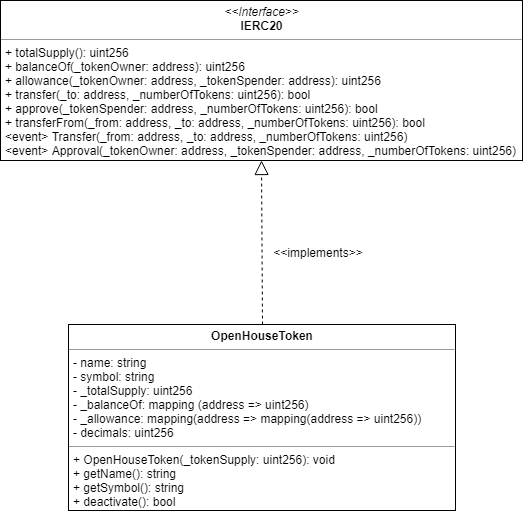
This is uml/OpenHouseToken/OpenHouseToken.png from gkamtzir/Ethereum-ICO-Diploma-Thesis, a draw.io export, as it was before one commit. Source tidied: cells renumbered, new cells last; positions are measured from the earlier drawing's top-left corner, leaving out a move shared by most shapes.
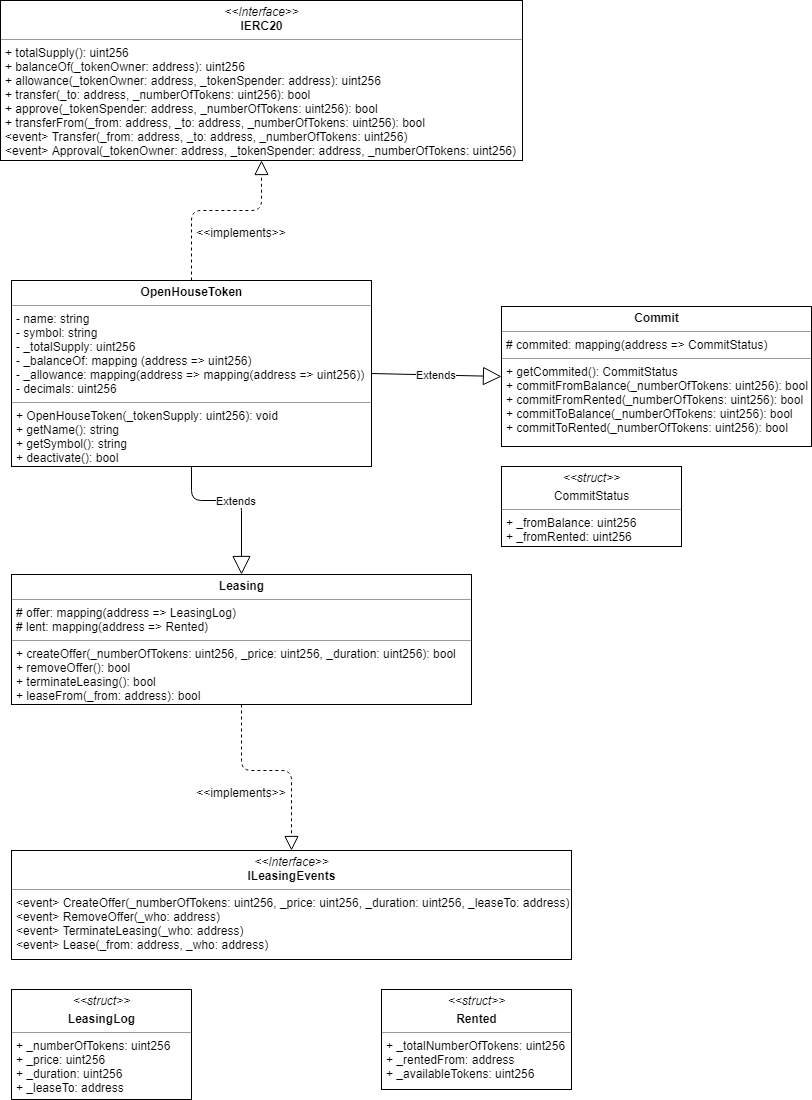
Later version of the same file.

Commit message:
Added Leasing and Commit classes to OpenHouseToken class diagram.

What changed in the source:
```diff
@@ -3,16 +3,61 @@
     <mxCell id="0" />
     <mxCell id="1" parent="0" />
     <mxCell id="2" value="&lt;p style=&quot;margin: 0px ; margin-top: 4px ; text-align: center&quot;&gt;&lt;b&gt;OpenHouseToken&lt;/b&gt;&lt;/p&gt;&lt;hr size=&quot;1&quot;&gt;&lt;p style=&quot;margin: 0px ; margin-left: 4px&quot;&gt;- name: string&lt;/p&gt;&lt;p style=&quot;margin: 0px ; margin-left: 4px&quot;&gt;- symbol: string&lt;/p&gt;&lt;p style=&quot;margin: 0px ; margin-left: 4px&quot;&gt;- _totalSupply: uint256&lt;/p&gt;&lt;p style=&quot;margin: 0px ; margin-left: 4px&quot;&gt;- _balanceOf: mapping (address =&amp;gt; uint256)&lt;/p&gt;&lt;p style=&quot;margin: 0px ; margin-left: 4px&quot;&gt;- _allowance: mapping(address =&amp;gt; mapping(address =&amp;gt; uint256))&lt;/p&gt;&lt;p style=&quot;margin: 0px ; margin-left: 4px&quot;&gt;- decimals: uint256&lt;/p&gt;&lt;hr size=&quot;1&quot;&gt;&lt;p style=&quot;margin: 0px ; margin-left: 4px&quot;&gt;+ OpenHouseToken(_tokenSupply: uint256): void&lt;/p&gt;&lt;p style=&quot;margin: 0px ; margin-left: 4px&quot;&gt;+ getName(): string&lt;/p&gt;&lt;p style=&quot;margin: 0px ; margin-left: 4px&quot;&gt;+ getSymbol(): string&lt;/p&gt;&lt;p style=&quot;margin: 0px ; margin-left: 4px&quot;&gt;+ deactivate(): bool&lt;/p&gt;" style="verticalAlign=top;align=left;overflow=fill;fontSize=12;fontFamily=Helvetica;html=1;" parent="1" vertex="1">
-      <mxGeometry x="68" y="324" width="387" height="186" as="geometry" />
+      <mxGeometry x="-132" y="240" width="360" height="186" as="geometry" />
     </mxCell>
     <mxCell id="3" value="&lt;p style=&quot;margin: 0px ; margin-top: 4px ; text-align: center&quot;&gt;&lt;i&gt;&amp;lt;&amp;lt;Interface&amp;gt;&amp;gt;&lt;/i&gt;&lt;br&gt;&lt;b&gt;IERC20&lt;/b&gt;&lt;/p&gt;&lt;hr size=&quot;1&quot;&gt;&lt;p style=&quot;margin: 0px ; margin-left: 4px&quot;&gt;+ totalSupply(): uint256&lt;br&gt;+ balanceOf(_tokenOwner: address): uint256&lt;/p&gt;&lt;p style=&quot;margin: 0px ; margin-left: 4px&quot;&gt;+ allowance(_tokenOwner: address, _tokenSpender: address): uint256&lt;/p&gt;&lt;p style=&quot;margin: 0px ; margin-left: 4px&quot;&gt;+ transfer(_to: address, _numberOfTokens: uint256): bool&lt;/p&gt;&lt;p style=&quot;margin: 0px ; margin-left: 4px&quot;&gt;+ approve(_tokenSpender: address, _numberOfTokens: uint256): bool&lt;/p&gt;&lt;p style=&quot;margin: 0px ; margin-left: 4px&quot;&gt;+ transferFrom(_from: address, _to: address, _numberOfTokens: uint256): bool&lt;/p&gt;&lt;p style=&quot;margin: 0px ; margin-left: 4px&quot;&gt;&amp;lt;event&amp;gt; Transfer(_from: address, _to: address, _numberOfTokens: uint256)&lt;/p&gt;&lt;p style=&quot;margin: 0px ; margin-left: 4px&quot;&gt;&amp;lt;event&amp;gt; Approval(_tokenOwner: address, _tokenSpender: address, _numberOfTokens: uint256)&lt;/p&gt;" style="verticalAlign=top;align=left;overflow=fill;fontSize=12;fontFamily=Helvetica;html=1;" parent="1" vertex="1">
-      <mxGeometry width="522" height="160" as="geometry" />
+      <mxGeometry x="-143" y="-40" width="522" height="160" as="geometry" />
     </mxCell>
     <mxCell id="4" style="endArrow=block;dashed=1;endFill=0;endSize=12;html=1;exitX=0.5;exitY=0;exitDx=0;exitDy=0;entryX=0.5;entryY=1;entryDx=0;entryDy=0;" parent="1" edge="1" source="2" target="3">
-      <mxGeometry relative="1" as="geometry" />
+      <mxGeometry relative="1" as="geometry">
+        <Array as="points">
+          <mxPoint x="48" y="170" />
+          <mxPoint x="118" y="170" />
+        </Array>
+      </mxGeometry>
     </mxCell>
     <mxCell id="5" value="&lt;&lt;implements&gt;&gt;" style="text;align=center;fontStyle=0;verticalAlign=middle;spacingLeft=3;spacingRight=3;strokeColor=none;" parent="1" vertex="1">
-      <mxGeometry x="278" y="240" width="80" height="26" as="geometry" />
+      <mxGeometry x="58" y="180" width="80" height="26" as="geometry" />
     </mxCell>
+    <mxCell id="6" value="&lt;p style=&quot;margin: 0px ; margin-top: 4px ; text-align: center&quot;&gt;&lt;b&gt;Leasing&lt;/b&gt;&lt;/p&gt;&lt;hr size=&quot;1&quot;&gt;&lt;p style=&quot;margin: 0px ; margin-left: 4px&quot;&gt;# offer: mapping(address =&amp;gt; LeasingLog)&lt;/p&gt;&lt;p style=&quot;margin: 0px ; margin-left: 4px&quot;&gt;# lent: mapping(address =&amp;gt; Rented)&lt;/p&gt;&lt;hr size=&quot;1&quot;&gt;&lt;p style=&quot;margin: 0px ; margin-left: 4px&quot;&gt;+ createOffer(_numberOfTokens: uint256, _price: uint256, _duration: uint256): bool&lt;/p&gt;&lt;p style=&quot;margin: 0px ; margin-left: 4px&quot;&gt;+ removeOffer(): bool&lt;/p&gt;&lt;p style=&quot;margin: 0px ; margin-left: 4px&quot;&gt;+ terminateLeasing(): bool&lt;/p&gt;&lt;p style=&quot;margin: 0px ; margin-left: 4px&quot;&gt;+ leaseFrom(_from: address): bool&lt;/p&gt;" style="verticalAlign=top;align=left;overflow=fill;fontSize=12;fontFamily=Helvetica;html=1;" parent="1" vertex="1">
+      <mxGeometry x="-132" y="534" width="460" height="130" as="geometry" />
+    </mxCell>
+    <mxCell id="7" value="&lt;p style=&quot;margin: 0px ; margin-top: 4px ; text-align: center&quot;&gt;&lt;i&gt;&amp;lt;&amp;lt;struct&amp;gt;&amp;gt;&lt;/i&gt;&lt;br&gt;&lt;/p&gt;&lt;p style=&quot;margin: 0px ; margin-top: 4px ; text-align: center&quot;&gt;&lt;b&gt;LeasingLog&lt;/b&gt;&lt;/p&gt;&lt;hr size=&quot;1&quot;&gt;&lt;p style=&quot;margin: 0px ; margin-left: 4px&quot;&gt;+ _numberOfTokens: uint256&lt;/p&gt;&lt;p style=&quot;margin: 0px ; margin-left: 4px&quot;&gt;+ _price: uint256&lt;/p&gt;&lt;p style=&quot;margin: 0px ; margin-left: 4px&quot;&gt;+ _duration: uint256&lt;/p&gt;&lt;p style=&quot;margin: 0px ; margin-left: 4px&quot;&gt;+ _leaseTo: address&lt;/p&gt;&lt;p style=&quot;margin: 0px ; margin-left: 4px&quot;&gt;&lt;br&gt;&lt;/p&gt;" style="verticalAlign=top;align=left;overflow=fill;fontSize=12;fontFamily=Helvetica;html=1;" parent="1" vertex="1">
+      <mxGeometry x="-132" y="949" width="180" height="110" as="geometry" />
+    </mxCell>
+    <mxCell id="8" value="Extends" style="endArrow=block;endSize=16;endFill=0;html=1;exitX=0.5;exitY=1;exitDx=0;exitDy=0;entryX=0.5;entryY=0;entryDx=0;entryDy=0;" parent="1" edge="1" source="2" target="6">
+      <mxGeometry relative="1" as="geometry">
+        <Array as="points">
+          <mxPoint x="48" y="460" />
+          <mxPoint x="98" y="460" />
+        </Array>
+      </mxGeometry>
+    </mxCell>
+    <mxCell id="9" value="&lt;p style=&quot;margin: 0px ; margin-top: 4px ; text-align: center&quot;&gt;&lt;i&gt;&amp;lt;&amp;lt;Interface&amp;gt;&amp;gt;&lt;/i&gt;&lt;br&gt;&lt;b&gt;ILeasingEvents&lt;/b&gt;&lt;/p&gt;&lt;hr size=&quot;1&quot;&gt;&lt;p style=&quot;margin: 0px ; margin-left: 4px&quot;&gt;&amp;lt;event&amp;gt; CreateOffer(_numberOfTokens: uint256, _price: uint256, _duration: uint256, _leaseTo: address)&lt;br&gt;&amp;lt;event&amp;gt; RemoveOffer(_who: address)&lt;/p&gt;&lt;p style=&quot;margin: 0px ; margin-left: 4px&quot;&gt;&amp;lt;event&amp;gt; TerminateLeasing(_who: address)&lt;/p&gt;&lt;p style=&quot;margin: 0px ; margin-left: 4px&quot;&gt;&amp;lt;event&amp;gt; Lease(_from: address, _who: address)&lt;/p&gt;" style="verticalAlign=top;align=left;overflow=fill;fontSize=12;fontFamily=Helvetica;html=1;" parent="1" vertex="1">
+      <mxGeometry x="-132" y="810" width="560" height="109" as="geometry" />
+    </mxCell>
+    <mxCell id="10" style="endArrow=block;dashed=1;endFill=0;endSize=12;html=1;exitX=0.5;exitY=1;exitDx=0;exitDy=0;entryX=0.5;entryY=0;entryDx=0;entryDy=0;" parent="1" edge="1" source="6" target="9">
+      <mxGeometry relative="1" as="geometry">
+        <Array as="points">
+          <mxPoint x="98" y="730" />
+          <mxPoint x="148" y="730" />
+        </Array>
+      </mxGeometry>
+    </mxCell>
+    <mxCell id="11" value="&lt;p style=&quot;margin: 0px ; margin-top: 4px ; text-align: center&quot;&gt;&lt;b&gt;Commit&lt;/b&gt;&lt;/p&gt;&lt;hr size=&quot;1&quot;&gt;&lt;p style=&quot;margin: 0px ; margin-left: 4px&quot;&gt;# commited: mapping(address =&amp;gt; CommitStatus)&lt;/p&gt;&lt;hr size=&quot;1&quot;&gt;&lt;p style=&quot;margin: 0px ; margin-left: 4px&quot;&gt;+ getCommited(): CommitStatus&lt;br&gt;&lt;/p&gt;&lt;p style=&quot;margin: 0px ; margin-left: 4px&quot;&gt;+ commitFromBalance(_numberOfTokens: uint256): bool&lt;/p&gt;&lt;p style=&quot;margin: 0px ; margin-left: 4px&quot;&gt;+ commitFromRented(_numberOfTokens: uint256): bool&lt;/p&gt;&lt;p style=&quot;margin: 0px ; margin-left: 4px&quot;&gt;+ commitToBalance(_numberOfTokens: uint256): bool&lt;/p&gt;&lt;p style=&quot;margin: 0px ; margin-left: 4px&quot;&gt;+ commitToRented(_numberOfTokens: uint256): bool&lt;/p&gt;" style="verticalAlign=top;align=left;overflow=fill;fontSize=12;fontFamily=Helvetica;html=1;" parent="1" vertex="1">
+      <mxGeometry x="358" y="266" width="310" height="140" as="geometry" />
+    </mxCell>
+    <mxCell id="12" value="&lt;p style=&quot;margin: 0px ; margin-top: 4px ; text-align: center&quot;&gt;&lt;i&gt;&amp;lt;&amp;lt;struct&amp;gt;&amp;gt;&lt;/i&gt;&lt;br&gt;&lt;/p&gt;&lt;p style=&quot;margin: 0px ; margin-top: 4px ; text-align: center&quot;&gt;&lt;span&gt;CommitStatus&lt;/span&gt;&lt;br&gt;&lt;/p&gt;&lt;hr size=&quot;1&quot;&gt;&lt;p style=&quot;margin: 0px ; margin-left: 4px&quot;&gt;+ _fromBalance: uint256&lt;/p&gt;&lt;p style=&quot;margin: 0px ; margin-left: 4px&quot;&gt;+ _fromRented: uint256&lt;/p&gt;&lt;p style=&quot;margin: 0px ; margin-left: 4px&quot;&gt;&lt;br&gt;&lt;/p&gt;" style="verticalAlign=top;align=left;overflow=fill;fontSize=12;fontFamily=Helvetica;html=1;" parent="1" vertex="1">
+      <mxGeometry x="358" y="426" width="180" height="80" as="geometry" />
+    </mxCell>
+    <mxCell id="13" value="&lt;p style=&quot;margin: 0px ; margin-top: 4px ; text-align: center&quot;&gt;&lt;i&gt;&amp;lt;&amp;lt;struct&amp;gt;&amp;gt;&lt;/i&gt;&lt;br&gt;&lt;/p&gt;&lt;p style=&quot;margin: 0px ; margin-top: 4px ; text-align: center&quot;&gt;&lt;b&gt;Rented&lt;/b&gt;&lt;/p&gt;&lt;hr size=&quot;1&quot;&gt;&lt;p style=&quot;margin: 0px ; margin-left: 4px&quot;&gt;+ _totalNumberOfTokens: uint256&lt;/p&gt;&lt;p style=&quot;margin: 0px ; margin-left: 4px&quot;&gt;+ _rentedFrom: address&lt;/p&gt;&lt;p style=&quot;margin: 0px ; margin-left: 4px&quot;&gt;+ _availableTokens: uint256&lt;/p&gt;&lt;p style=&quot;margin: 0px ; margin-left: 4px&quot;&gt;&lt;br&gt;&lt;/p&gt;" style="verticalAlign=top;align=left;overflow=fill;fontSize=12;fontFamily=Helvetica;html=1;" parent="1" vertex="1">
+      <mxGeometry x="238" y="949" width="190" height="100" as="geometry" />
+    </mxCell>
+    <mxCell id="14" value="Extends" style="endArrow=block;endSize=16;endFill=0;html=1;exitX=1;exitY=0.5;exitDx=0;exitDy=0;entryX=0;entryY=0.5;entryDx=0;entryDy=0;" parent="1" edge="1" source="2" target="11">
+      <mxGeometry relative="1" as="geometry" />
+    </mxCell>
+    <mxCell id="15" value="&lt;&lt;implements&gt;&gt;" style="text;align=center;fontStyle=0;verticalAlign=middle;spacingLeft=3;spacingRight=3;strokeColor=none;" parent="1" vertex="1">
+      <mxGeometry x="58" y="740" width="80" height="26" as="geometry" />
+    </mxCell>
   </root>
 </mxGraphModel>
```
